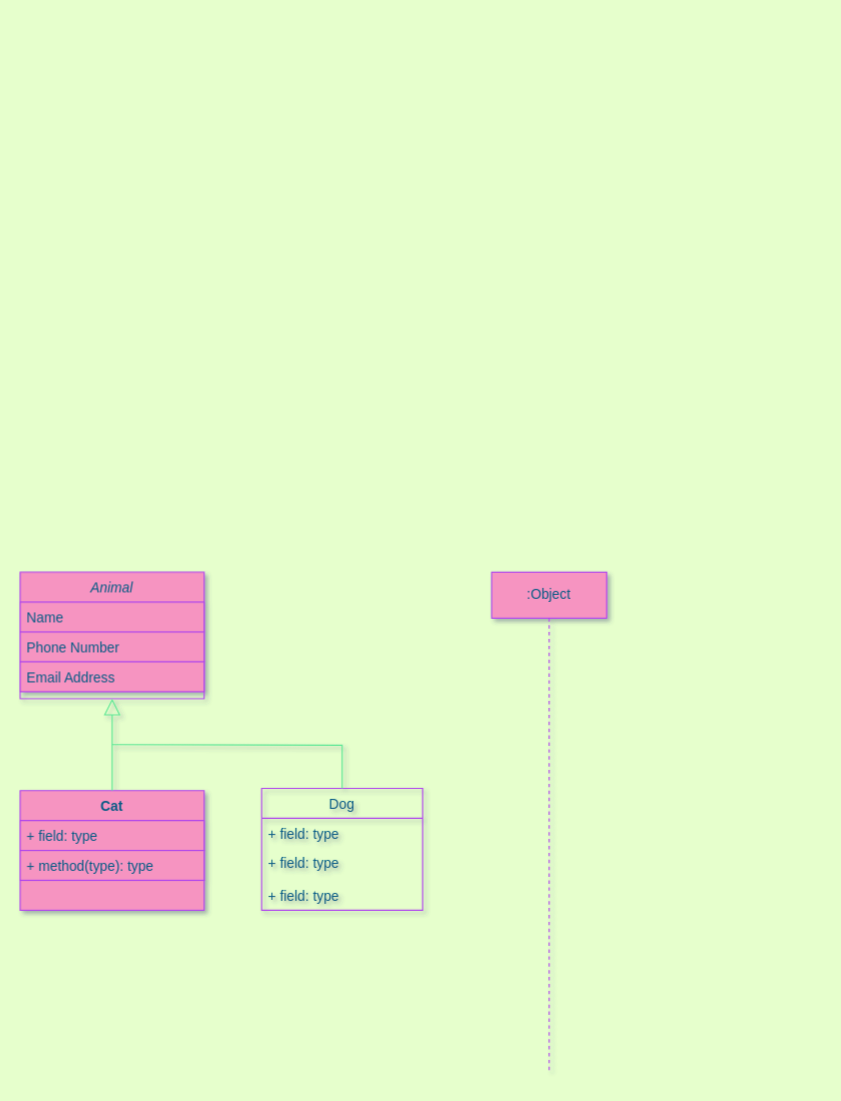
Earlier version of the draw.io diagram Untitled Diagram.drawio (jiankang/HelloWorld). Source tidied: cells renumbered, new cells numbered last; positions are measured from the earlier drawing's top-left corner, leaving out a move shared by most shapes. Both pictures are drawn from the tidied source at 115%, with x=0, y=0 at pixel (20, 572).
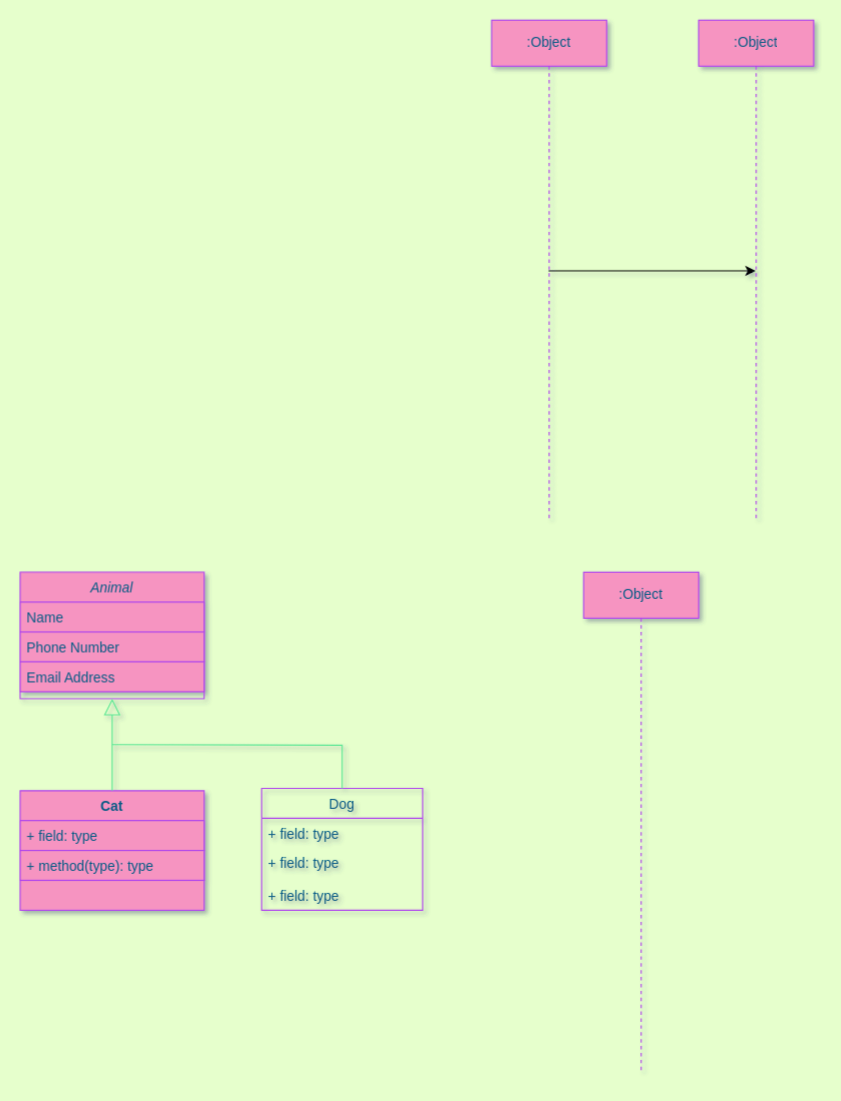
Above is the later version.

What changed in the source:
```diff
@@
     <mxCell id="16" value=":Object" style="shape=umlLifeline;perimeter=lifelinePerimeter;whiteSpace=wrap;html=1;rounded=0;fontColor=#095C86;strokeColor=#AF45ED;fillColor=#F694C1;" parent="1" vertex="1">
-      <mxGeometry x="410" width="100" height="436" as="geometry" />
+      <mxGeometry x="490" width="100" height="436" as="geometry" />
     </mxCell>
+    <mxCell id="17" style="edgeStyle=orthogonalEdgeStyle;rounded=0;jettySize=auto;html=1;" parent="1" edge="1" source="18" target="19">
+      <mxGeometry relative="1" as="geometry" />
+    </mxCell>
+    <mxCell id="18" value=":Object" style="shape=umlLifeline;perimeter=lifelinePerimeter;whiteSpace=wrap;html=1;outlineConnect=0;rounded=0;fontColor=#095C86;strokeColor=#AF45ED;fillColor=#F694C1;" parent="1" vertex="1">
+      <mxGeometry x="410" y="-480" width="100" height="436" as="geometry" />
+    </mxCell>
+    <mxCell id="19" value=":Object" style="shape=umlLifeline;perimeter=lifelinePerimeter;whiteSpace=wrap;html=1;outlineConnect=0;rounded=0;fontColor=#095C86;strokeColor=#AF45ED;fillColor=#F694C1;" parent="1" vertex="1">
+      <mxGeometry x="590" y="-480" width="100" height="436" as="geometry" />
+    </mxCell>
```
